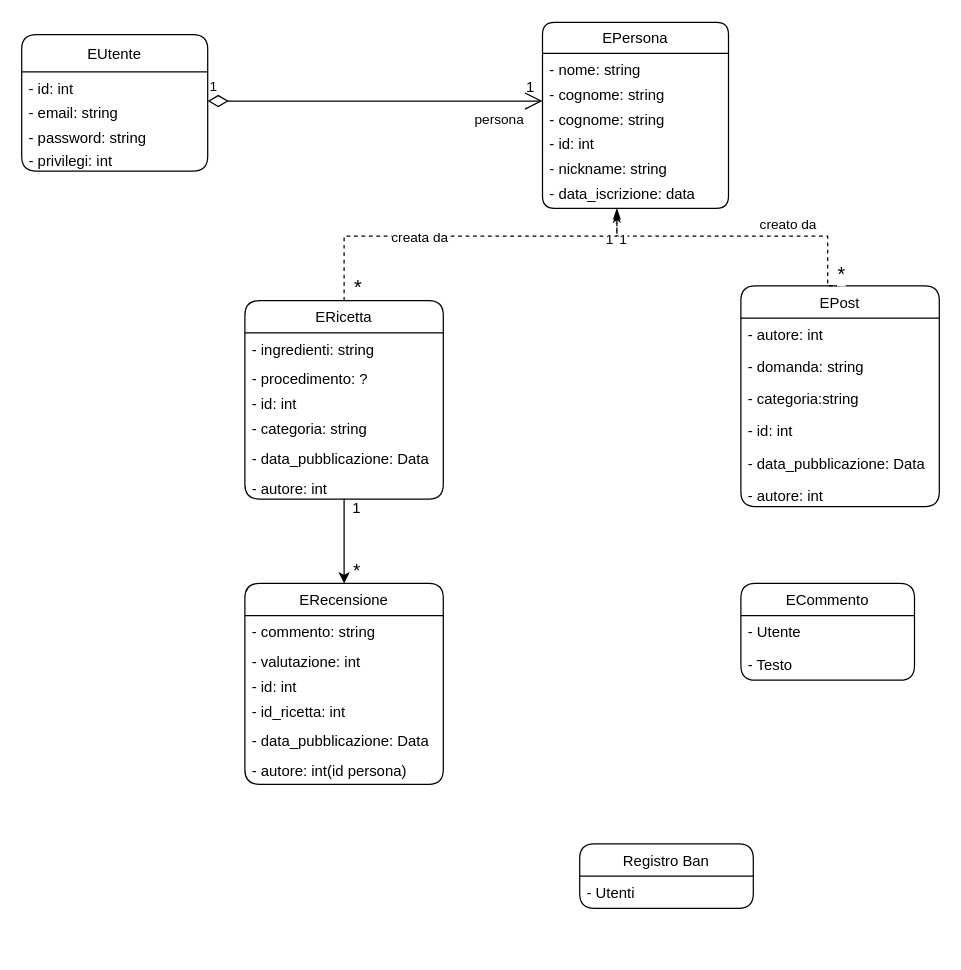
Before: ChefsKiss_DomainModel.drawio in Lorislindo/ChefsKiss, a draw.io diagram. Source tidied: cells renumbered, new cells numbered last; positions are measured from the earlier drawing's top-left corner, leaving out a move shared by most shapes. Both pictures are drawn from the tidied source at 124%, with x=0, y=0 at pixel (21, 22).
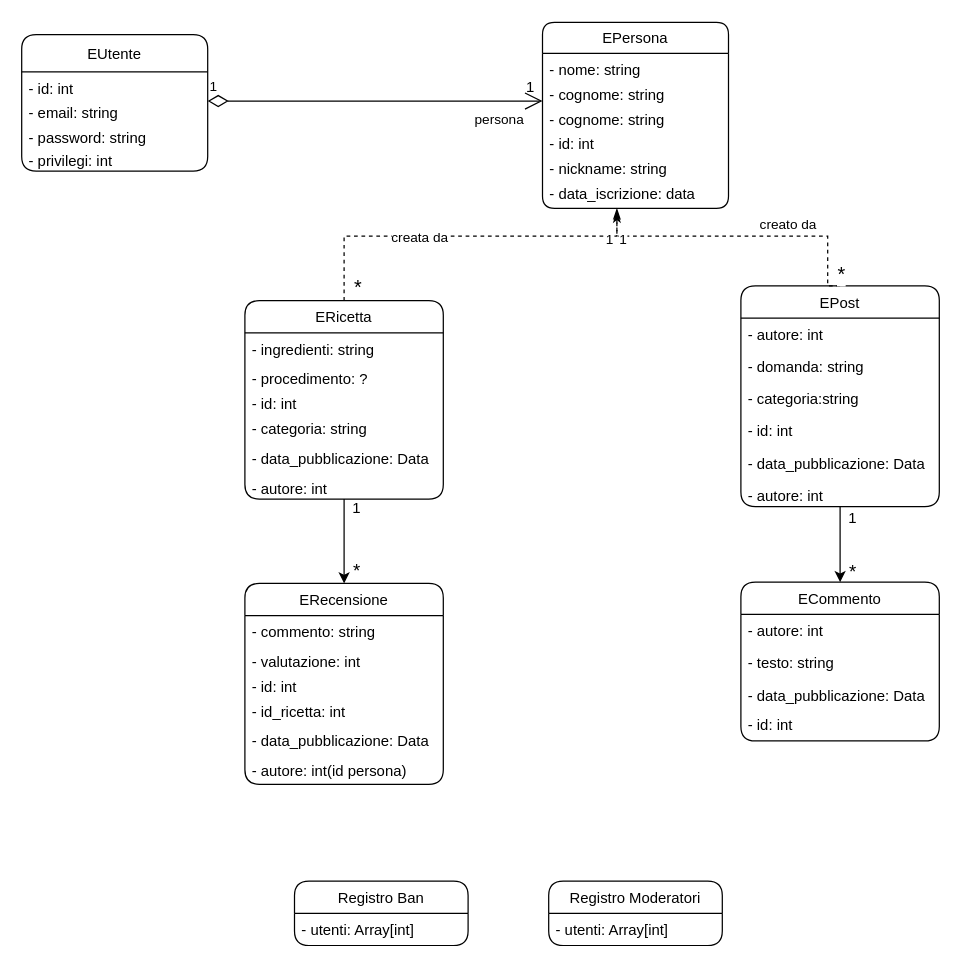
The same diagram, later.

The change refers to these unchanged cells:
```xml
<mxCell id="17" value="EPost" style="swimlane;fontStyle=0;horizontal=1;startSize=26;fillColor=none;rounded=1;" parent="1" vertex="1">
  <mxGeometry x="580" y="212" width="160" height="178" as="geometry" />
</mxCell>
```

Diff of the diagram source:
```diff
@@
     <mxCell id="15" value="Registro Ban" style="swimlane;fontStyle=0;horizontal=1;startSize=26;fillColor=none;rounded=1;" parent="1" vertex="1">
-      <mxGeometry x="450" y="662" width="140" height="52" as="geometry" />
+      <mxGeometry x="220" y="692" width="140" height="52" as="geometry" />
     </mxCell>
-    <mxCell id="16" value="- Utenti" style="text;strokeColor=none;fillColor=none;align=left;verticalAlign=top;spacingLeft=4;spacingRight=4;overflow=hidden;" parent="15" vertex="1">
+    <mxCell id="16" value="- utenti: Array[int]" style="text;strokeColor=none;fillColor=none;align=left;verticalAlign=top;spacingLeft=4;spacingRight=4;overflow=hidden;" parent="15" vertex="1">
       <mxGeometry y="26" width="140" height="26" as="geometry" />
     </mxCell>
+    <mxCell id="55" style="edgeStyle=orthogonalEdgeStyle;rounded=0;jettySize=auto;html=1;entryX=0.5;entryY=0;entryDx=0;entryDy=0;" parent="1" edge="1" source="17" target="24">
+      <mxGeometry relative="1" as="geometry" />
+    </mxCell>
@@
     <mxCell id="24" value="ECommento" style="swimlane;fontStyle=0;horizontal=1;startSize=26;fillColor=none;rounded=1;" parent="1" vertex="1">
-      <mxGeometry x="580" y="452" width="140" height="78" as="geometry" />
+      <mxGeometry x="580" y="451" width="160" height="128" as="geometry" />
     </mxCell>
-    <mxCell id="25" value="- Utente" style="text;strokeColor=none;fillColor=none;align=left;verticalAlign=top;spacingLeft=4;spacingRight=4;overflow=hidden;" parent="24" vertex="1">
-      <mxGeometry y="26" width="140" height="26" as="geometry" />
+    <mxCell id="25" value="- autore: int" style="text;strokeColor=none;fillColor=none;align=left;verticalAlign=top;spacingLeft=4;spacingRight=4;overflow=hidden;" parent="24" vertex="1">
+      <mxGeometry y="26" width="160" height="26" as="geometry" />
     </mxCell>
-    <mxCell id="26" value="- Testo" style="text;strokeColor=none;fillColor=none;align=left;verticalAlign=top;spacingLeft=4;spacingRight=4;overflow=hidden;" parent="24" vertex="1">
-      <mxGeometry y="52" width="140" height="26" as="geometry" />
+    <mxCell id="26" value="- testo: string" style="text;strokeColor=none;fillColor=none;align=left;verticalAlign=top;spacingLeft=4;spacingRight=4;overflow=hidden;" parent="24" vertex="1">
+      <mxGeometry y="52" width="160" height="26" as="geometry" />
     </mxCell>
+    <mxCell id="56" value="- data_pubblicazione: Data" style="text;strokeColor=none;fillColor=none;align=left;verticalAlign=top;spacingLeft=4;spacingRight=4;overflow=hidden;" parent="24" vertex="1">
+      <mxGeometry y="78" width="160" height="24" as="geometry" />
+    </mxCell>
+    <mxCell id="57" value="- id: int" style="text;strokeColor=none;fillColor=none;align=left;verticalAlign=top;spacingLeft=4;spacingRight=4;overflow=hidden;" parent="24" vertex="1">
+      <mxGeometry y="102" width="160" height="26" as="geometry" />
+    </mxCell>
@@
+    <mxCell id="58" value="1" style="text;html=1;align=center;verticalAlign=middle;fillColor=none;strokeColor=none;rounded=0;" parent="1" vertex="1">
+      <mxGeometry x="660" y="390" width="20" height="20" as="geometry" />
+    </mxCell>
+    <mxCell id="59" value="&lt;font style=&quot;font-size: 15px&quot;&gt;*&lt;/font&gt;" style="text;html=1;align=center;verticalAlign=middle;fillColor=none;strokeColor=none;rounded=0;" parent="1" vertex="1">
+      <mxGeometry x="660" y="432" width="20" height="20" as="geometry" />
+    </mxCell>
+    <mxCell id="60" value="Registro Moderatori" style="swimlane;fontStyle=0;horizontal=1;startSize=26;fillColor=none;rounded=1;" parent="1" vertex="1">
+      <mxGeometry x="425" y="692" width="140" height="52" as="geometry" />
+    </mxCell>
+    <mxCell id="61" value="- utenti: Array[int]" style="text;strokeColor=none;fillColor=none;align=left;verticalAlign=top;spacingLeft=4;spacingRight=4;overflow=hidden;" parent="60" vertex="1">
+      <mxGeometry y="26" width="140" height="26" as="geometry" />
+    </mxCell>
```
